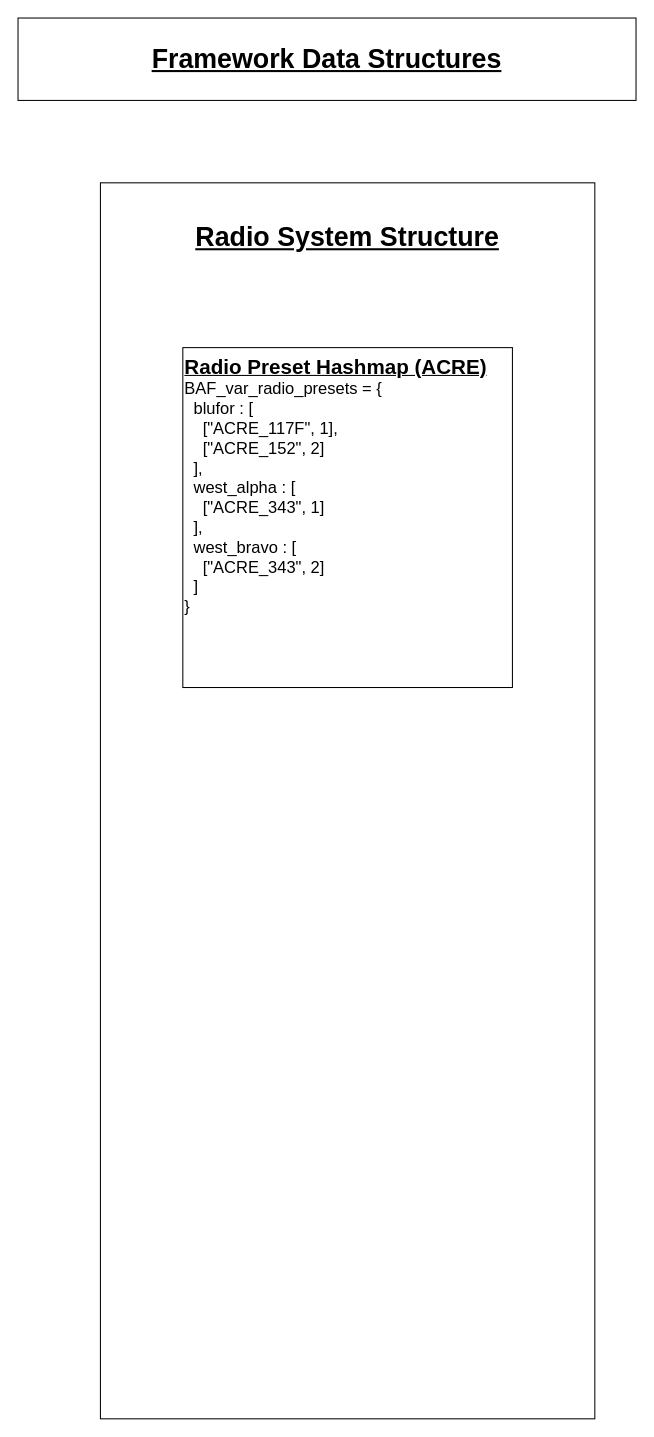
Above: .notes/diagrams/RadioPresetDiagram.drawio in BAXENdev/BAF (draw.io), before the change. Source tidied: cells renumbered, new cells numbered last; positions are measured from the earlier drawing's top-left corner, leaving out a move shared by most shapes. Both pictures are drawn from the tidied source at 103%, with x=0, y=0 at pixel (18, 18).
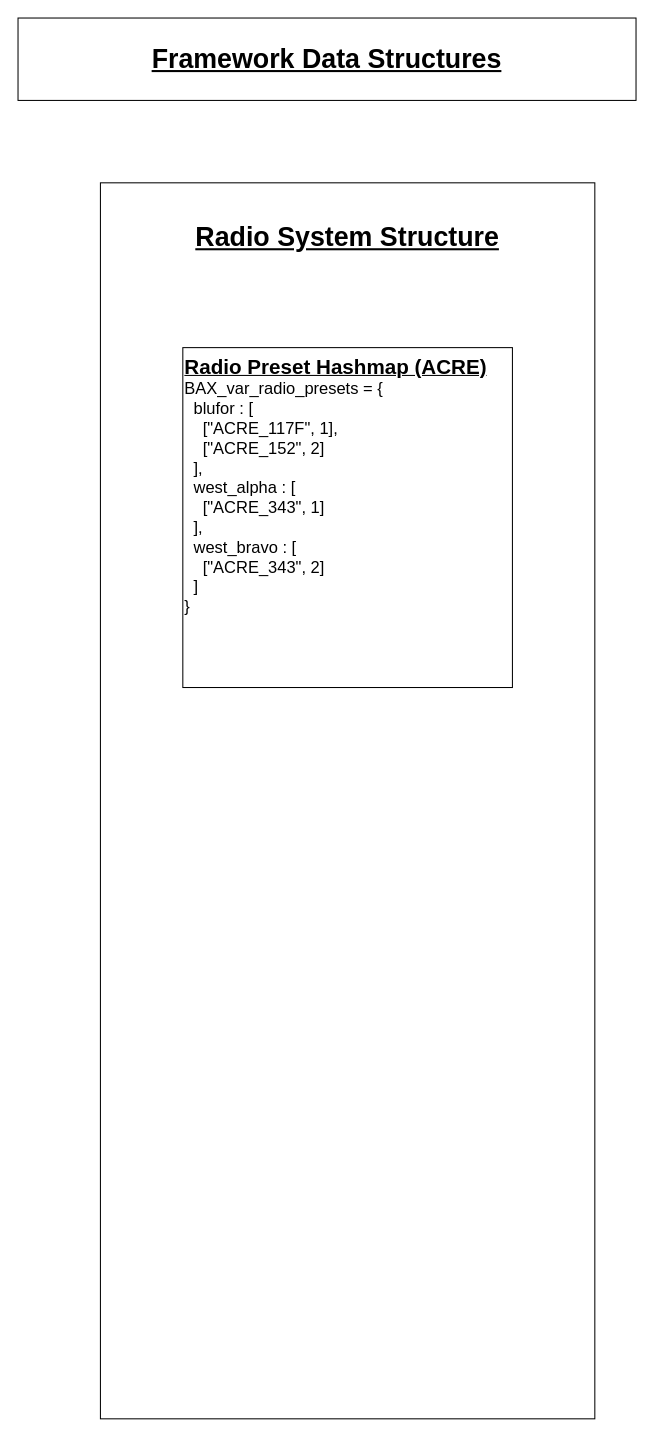
Above is the later version.

The edit, as a diff of the source:
```diff
@@
 <mxGraphModel>
   <root>
     <mxCell id="0" />
     <mxCell id="1" parent="0" />
     <mxCell id="2" value="&lt;br&gt;Radio System Structure" style="rounded=0;whiteSpace=wrap;html=1;fontSize=26;fontStyle=5;verticalAlign=top;" parent="1" vertex="1">
       <mxGeometry x="80" y="160" width="480" height="1200" as="geometry" />
     </mxCell>
     <mxCell id="3" value="&lt;b style=&quot;font-size: 26px;&quot;&gt;&lt;u style=&quot;font-size: 26px;&quot;&gt;Framework Data Structures&lt;/u&gt;&lt;/b&gt;" style="rounded=0;whiteSpace=wrap;html=1;align=center;verticalAlign=middle;fontSize=26;" parent="1" vertex="1">
       <mxGeometry width="600" height="80" as="geometry" />
     </mxCell>
-    <mxCell id="4" value="&lt;b&gt;&lt;u&gt;&lt;font style=&quot;font-size: 20px;&quot;&gt;Radio Preset Hashmap (ACRE)&lt;/font&gt;&lt;/u&gt;&lt;/b&gt;&lt;br&gt;BAF_var_radio_presets = {&lt;br&gt;&amp;nbsp; blufor : [&lt;br&gt;&amp;nbsp; &amp;nbsp; [&quot;ACRE_117F&quot;, 1],&lt;br&gt;&amp;nbsp; &amp;nbsp; [&quot;ACRE_152&quot;, 2]&lt;br&gt;&amp;nbsp; ],&lt;br&gt;&amp;nbsp; west_alpha : [&lt;br&gt;&amp;nbsp; &amp;nbsp; [&quot;ACRE_343&quot;, 1]&lt;br&gt;&amp;nbsp; ],&lt;br&gt;&amp;nbsp; west_bravo : [&lt;br&gt;&amp;nbsp; &amp;nbsp; [&quot;ACRE_343&quot;, 2]&lt;br&gt;&amp;nbsp; ]&lt;br&gt;}" style="rounded=0;whiteSpace=wrap;html=1;fontSize=16;align=left;verticalAlign=top;" parent="1" vertex="1">
+    <mxCell id="4" value="&lt;b&gt;&lt;u&gt;&lt;font style=&quot;font-size: 20px;&quot;&gt;Radio Preset Hashmap (ACRE)&lt;/font&gt;&lt;/u&gt;&lt;/b&gt;&lt;br&gt;BAX_var_radio_presets = {&lt;br&gt;&amp;nbsp; blufor : [&lt;br&gt;&amp;nbsp; &amp;nbsp; [&quot;ACRE_117F&quot;, 1],&lt;br&gt;&amp;nbsp; &amp;nbsp; [&quot;ACRE_152&quot;, 2]&lt;br&gt;&amp;nbsp; ],&lt;br&gt;&amp;nbsp; west_alpha : [&lt;br&gt;&amp;nbsp; &amp;nbsp; [&quot;ACRE_343&quot;, 1]&lt;br&gt;&amp;nbsp; ],&lt;br&gt;&amp;nbsp; west_bravo : [&lt;br&gt;&amp;nbsp; &amp;nbsp; [&quot;ACRE_343&quot;, 2]&lt;br&gt;&amp;nbsp; ]&lt;br&gt;}" style="rounded=0;whiteSpace=wrap;html=1;fontSize=16;align=left;verticalAlign=top;" parent="1" vertex="1">
       <mxGeometry x="160" y="320" width="320" height="330" as="geometry" />
     </mxCell>
   </root>
 </mxGraphModel>
```
